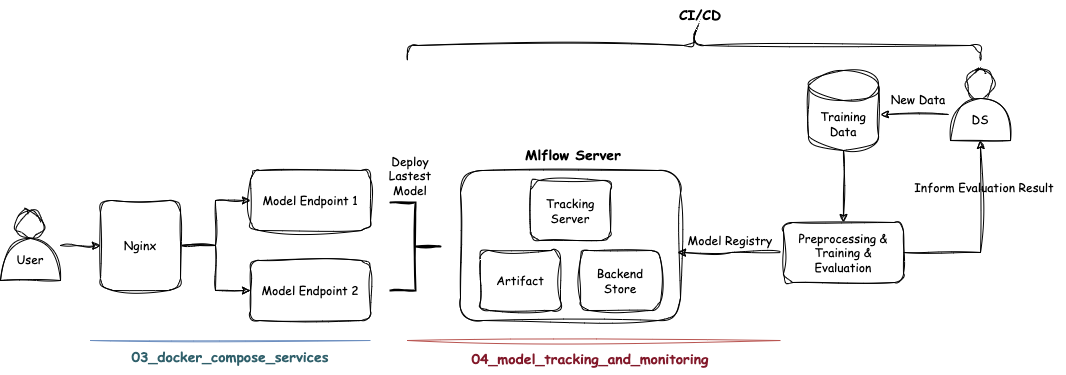
Before: docs/mlops-arch.png, a diagram exported from draw.io (kiangkiangkiang/Machine-Learning-Model-Serving). Source tidied: cells renumbered, new cells last; positions are measured from the earlier drawing's top-left corner, leaving out a move shared by most shapes. The source it was exported from:
```xml
<mxGraphModel>
  <root>
    <mxCell id="0" />
    <mxCell id="1" parent="0" />
    <mxCell id="2" style="rounded=1;whiteSpace=wrap;html=1;labelBackgroundColor=none;sketch=1;curveFitting=1;jiggle=2;fontFamily=Comic Sans MS;" parent="1" vertex="1">
      <mxGeometry x="460" y="170" width="220" height="150" as="geometry" />
    </mxCell>
    <mxCell id="3" style="edgeStyle=orthogonalEdgeStyle;rounded=0;jettySize=auto;html=1;fontFamily=Comic Sans MS;labelBackgroundColor=none;fontColor=default;sketch=1;curveFitting=1;jiggle=2;" parent="1" edge="1" source="4" target="7">
      <mxGeometry relative="1" as="geometry" />
    </mxCell>
    <mxCell id="4" value="&lt;font&gt;Training&lt;/font&gt;&lt;div&gt;&lt;font&gt;Data&lt;/font&gt;&lt;/div&gt;" style="shape=cylinder3;whiteSpace=wrap;html=1;boundedLbl=1;backgroundOutline=1;size=15;hachureGap=4;fontFamily=Comic Sans MS;labelBackgroundColor=none;sketch=1;curveFitting=1;jiggle=2;" parent="1" vertex="1">
      <mxGeometry x="808" y="70" width="70" height="80" as="geometry" />
    </mxCell>
    <mxCell id="5" style="edgeStyle=orthogonalEdgeStyle;rounded=0;jettySize=auto;html=1;labelBackgroundColor=none;fontColor=default;sketch=1;curveFitting=1;jiggle=2;fontFamily=Comic Sans MS;" parent="1" edge="1" source="7">
      <mxGeometry relative="1" as="geometry">
        <mxPoint x="677" y="252" as="targetPoint" />
      </mxGeometry>
    </mxCell>
    <mxCell id="6" style="edgeStyle=orthogonalEdgeStyle;rounded=0;jettySize=auto;html=1;exitX=1;exitY=0.5;exitDx=0;exitDy=0;entryX=0;entryY=0.5;entryDx=0;entryDy=0;entryPerimeter=0;labelBackgroundColor=none;fontColor=default;sketch=1;curveFitting=1;jiggle=2;fontFamily=Comic Sans MS;" parent="1" edge="1" source="7" target="29">
      <mxGeometry relative="1" as="geometry">
        <Array as="points">
          <mxPoint x="980" y="252" />
        </Array>
      </mxGeometry>
    </mxCell>
    <mxCell id="7" value="Preprocessing &amp;amp;&lt;div&gt;Training &amp;amp;&lt;/div&gt;&lt;div&gt;Evaluation&lt;/div&gt;" style="rounded=1;whiteSpace=wrap;html=1;hachureGap=4;fontFamily=Comic Sans MS;labelBackgroundColor=none;sketch=1;curveFitting=1;jiggle=2;" parent="1" vertex="1">
      <mxGeometry x="783" y="222" width="120" height="60" as="geometry" />
    </mxCell>
    <mxCell id="8" value="Tracking&lt;div&gt;Server&lt;/div&gt;" style="rounded=1;whiteSpace=wrap;html=1;labelBackgroundColor=none;sketch=1;curveFitting=1;jiggle=2;fontFamily=Comic Sans MS;" parent="1" vertex="1">
      <mxGeometry x="530" y="180" width="80" height="60" as="geometry" />
    </mxCell>
    <mxCell id="9" value="Artifact" style="rounded=1;whiteSpace=wrap;html=1;labelBackgroundColor=none;sketch=1;curveFitting=1;jiggle=2;fontFamily=Comic Sans MS;" parent="1" vertex="1">
      <mxGeometry x="480" y="250" width="80" height="60" as="geometry" />
    </mxCell>
    <mxCell id="10" value="Backend&lt;div&gt;Store&lt;/div&gt;" style="rounded=1;whiteSpace=wrap;html=1;labelBackgroundColor=none;sketch=1;curveFitting=1;jiggle=2;fontFamily=Comic Sans MS;" parent="1" vertex="1">
      <mxGeometry x="580" y="250" width="80" height="60" as="geometry" />
    </mxCell>
    <mxCell id="11" value="Mlflow Server" style="text;html=1;align=center;verticalAlign=middle;whiteSpace=wrap;rounded=0;fontStyle=1;fontSize=14;labelBackgroundColor=none;sketch=1;curveFitting=1;jiggle=2;fontFamily=Comic Sans MS;" parent="1" vertex="1">
      <mxGeometry x="523" y="140" width="100" height="30" as="geometry" />
    </mxCell>
    <mxCell id="12" value="Model Endpoint 1" style="rounded=1;whiteSpace=wrap;html=1;labelBackgroundColor=none;sketch=1;curveFitting=1;jiggle=2;fontFamily=Comic Sans MS;" parent="1" vertex="1">
      <mxGeometry x="250" y="170" width="120" height="60" as="geometry" />
    </mxCell>
    <mxCell id="13" value="Model Endpoint 2" style="rounded=1;whiteSpace=wrap;html=1;labelBackgroundColor=none;sketch=1;curveFitting=1;jiggle=2;fontFamily=Comic Sans MS;" parent="1" vertex="1">
      <mxGeometry x="250" y="260" width="120" height="60" as="geometry" />
    </mxCell>
    <mxCell id="14" style="edgeStyle=orthogonalEdgeStyle;rounded=0;jettySize=auto;html=1;entryX=0;entryY=0.5;entryDx=0;entryDy=0;labelBackgroundColor=none;fontColor=default;sketch=1;curveFitting=1;jiggle=2;fontFamily=Comic Sans MS;" parent="1" edge="1" source="16" target="12">
      <mxGeometry relative="1" as="geometry" />
    </mxCell>
    <mxCell id="15" style="edgeStyle=orthogonalEdgeStyle;rounded=0;jettySize=auto;html=1;entryX=0;entryY=0.5;entryDx=0;entryDy=0;labelBackgroundColor=none;fontColor=default;sketch=1;curveFitting=1;jiggle=2;fontFamily=Comic Sans MS;" parent="1" edge="1" source="16" target="13">
      <mxGeometry relative="1" as="geometry" />
    </mxCell>
    <mxCell id="16" value="Nginx" style="rounded=1;whiteSpace=wrap;html=1;labelBackgroundColor=none;sketch=1;curveFitting=1;jiggle=2;fontFamily=Comic Sans MS;" parent="1" vertex="1">
      <mxGeometry x="100" y="200" width="80" height="90" as="geometry" />
    </mxCell>
    <mxCell id="17" style="edgeStyle=orthogonalEdgeStyle;rounded=0;jettySize=auto;html=1;labelBackgroundColor=none;fontColor=default;sketch=1;curveFitting=1;jiggle=2;fontFamily=Comic Sans MS;" parent="1" edge="1" target="16">
      <mxGeometry relative="1" as="geometry">
        <mxPoint x="60" y="245" as="sourcePoint" />
      </mxGeometry>
    </mxCell>
    <mxCell id="18" style="strokeWidth=2;html=1;shape=mxgraph.flowchart.annotation_2;align=left;labelPosition=right;flipH=1;labelBackgroundColor=none;sketch=1;curveFitting=1;jiggle=2;fontFamily=Comic Sans MS;" parent="1" vertex="1">
      <mxGeometry x="390" y="202" width="50" height="88" as="geometry" />
    </mxCell>
    <mxCell id="19" value="&lt;div&gt;Deploy&lt;/div&gt;&lt;div&gt;Lastest&lt;/div&gt;&lt;div&gt;Model&lt;/div&gt;" style="text;html=1;align=center;verticalAlign=middle;whiteSpace=wrap;rounded=0;labelBackgroundColor=none;sketch=1;curveFitting=1;jiggle=2;fontFamily=Comic Sans MS;" parent="1" vertex="1">
      <mxGeometry x="380" y="160" width="60" height="30" as="geometry" />
    </mxCell>
    <mxCell id="20" style="shape=curlyBracket;whiteSpace=wrap;html=1;rounded=1;flipH=1;labelPosition=right;verticalLabelPosition=middle;align=left;verticalAlign=middle;flipV=1;direction=north;labelBackgroundColor=none;sketch=1;curveFitting=1;jiggle=2;fontFamily=Comic Sans MS;" parent="1" vertex="1">
      <mxGeometry x="407" y="30" width="573" height="30" as="geometry" />
    </mxCell>
    <mxCell id="21" value="CI/CD" style="text;html=1;align=center;verticalAlign=middle;whiteSpace=wrap;rounded=0;fontStyle=1;fontSize=14;labelBackgroundColor=none;sketch=1;curveFitting=1;jiggle=2;fontFamily=Comic Sans MS;" parent="1" vertex="1">
      <mxGeometry x="650" width="100" height="30" as="geometry" />
    </mxCell>
    <mxCell id="22" value="&lt;div&gt;Model Registry&lt;/div&gt;" style="text;html=1;align=center;verticalAlign=middle;whiteSpace=wrap;rounded=0;labelBackgroundColor=none;sketch=1;curveFitting=1;jiggle=2;fontFamily=Comic Sans MS;" parent="1" vertex="1">
      <mxGeometry x="685" y="225" width="90" height="30" as="geometry" />
    </mxCell>
    <mxCell id="23" value="New&amp;nbsp;&lt;span style=&quot;background-color: initial;&quot;&gt;Data&lt;/span&gt;" style="text;html=1;align=center;verticalAlign=middle;whiteSpace=wrap;rounded=0;labelBackgroundColor=none;sketch=1;curveFitting=1;jiggle=2;fontFamily=Comic Sans MS;" parent="1" vertex="1">
      <mxGeometry x="888" y="84" width="60" height="30" as="geometry" />
    </mxCell>
    <mxCell id="24" style="group;labelBackgroundColor=none;sketch=1;curveFitting=1;jiggle=2;fontFamily=Comic Sans MS;" parent="1" vertex="1">
      <mxGeometry y="210" width="60" height="70" as="geometry" />
    </mxCell>
    <mxCell id="25" style="ellipse;whiteSpace=wrap;html=1;labelBackgroundColor=none;sketch=1;curveFitting=1;jiggle=2;fontFamily=Comic Sans MS;" parent="24" vertex="1">
      <mxGeometry x="15" width="28" height="28" as="geometry" />
    </mxCell>
    <mxCell id="26" value="User" style="shape=or;whiteSpace=wrap;html=1;direction=north;labelBackgroundColor=none;sketch=1;curveFitting=1;jiggle=2;fontFamily=Comic Sans MS;" parent="24" vertex="1">
      <mxGeometry y="28" width="60" height="42" as="geometry" />
    </mxCell>
    <mxCell id="27" style="group;labelBackgroundColor=none;sketch=1;curveFitting=1;jiggle=2;fontFamily=Comic Sans MS;" parent="1" vertex="1">
      <mxGeometry x="950" y="70" width="60" height="70" as="geometry" />
    </mxCell>
    <mxCell id="28" style="ellipse;whiteSpace=wrap;html=1;labelBackgroundColor=none;sketch=1;curveFitting=1;jiggle=2;fontFamily=Comic Sans MS;" parent="27" vertex="1">
      <mxGeometry x="15" width="28" height="28" as="geometry" />
    </mxCell>
    <mxCell id="29" value="DS" style="shape=or;whiteSpace=wrap;html=1;direction=north;labelBackgroundColor=none;sketch=1;curveFitting=1;jiggle=2;fontFamily=Comic Sans MS;" parent="27" vertex="1">
      <mxGeometry y="28" width="60" height="42" as="geometry" />
    </mxCell>
    <mxCell id="30" style="endArrow=classic;html=1;rounded=0;exitX=1;exitY=1;exitDx=0;exitDy=0;labelBackgroundColor=none;fontColor=default;sketch=1;curveFitting=1;jiggle=2;fontFamily=Comic Sans MS;" parent="1" edge="1" source="23">
      <mxGeometry relative="1" as="geometry">
        <mxPoint x="880" y="114" as="targetPoint" />
      </mxGeometry>
    </mxCell>
    <mxCell id="31" value="Inform Evaluation Result" style="text;html=1;align=center;verticalAlign=middle;whiteSpace=wrap;rounded=0;labelBackgroundColor=none;sketch=1;curveFitting=1;jiggle=2;fontFamily=Comic Sans MS;" parent="1" vertex="1">
      <mxGeometry x="903" y="172" width="162" height="30" as="geometry" />
    </mxCell>
    <mxCell id="32" style="endArrow=none;html=1;rounded=0;sketch=1;hachureGap=4;jiggle=2;curveFitting=1;fontFamily=Architects Daughter;fontSource=https%3A%2F%2Ffonts.googleapis.com%2Fcss%3Ffamily%3DArchitects%2BDaughter;fillColor=#f8cecc;strokeColor=#b85450;" parent="1" edge="1">
      <mxGeometry relative="1" as="geometry">
        <mxPoint x="407" y="340" as="sourcePoint" />
        <mxPoint x="780" y="340" as="targetPoint" />
      </mxGeometry>
    </mxCell>
    <mxCell id="33" style="endArrow=none;html=1;rounded=0;sketch=1;hachureGap=4;jiggle=2;curveFitting=1;fontFamily=Architects Daughter;fontSource=https%3A%2F%2Ffonts.googleapis.com%2Fcss%3Ffamily%3DArchitects%2BDaughter;fillColor=#dae8fc;strokeColor=#6c8ebf;" parent="1" edge="1">
      <mxGeometry relative="1" as="geometry">
        <mxPoint x="90" y="340" as="sourcePoint" />
        <mxPoint x="370" y="340" as="targetPoint" />
      </mxGeometry>
    </mxCell>
    <mxCell id="34" value="04_model_tracking_and_monitoring" style="text;html=1;align=center;verticalAlign=middle;whiteSpace=wrap;rounded=0;fontStyle=1;fontSize=14;labelBackgroundColor=none;sketch=1;curveFitting=1;jiggle=2;fontFamily=Comic Sans MS;fontColor=#82192A;" parent="1" vertex="1">
      <mxGeometry x="540" y="344" width="100" height="30" as="geometry" />
    </mxCell>
    <mxCell id="35" value="03_docker_compose_services" style="text;html=1;align=center;verticalAlign=middle;whiteSpace=wrap;rounded=0;fontStyle=1;fontSize=14;labelBackgroundColor=none;sketch=1;curveFitting=1;jiggle=2;fontFamily=Comic Sans MS;fontColor=#30606B;" parent="1" vertex="1">
      <mxGeometry x="180" y="342" width="100" height="30" as="geometry" />
    </mxCell>
  </root>
</mxGraphModel>
```
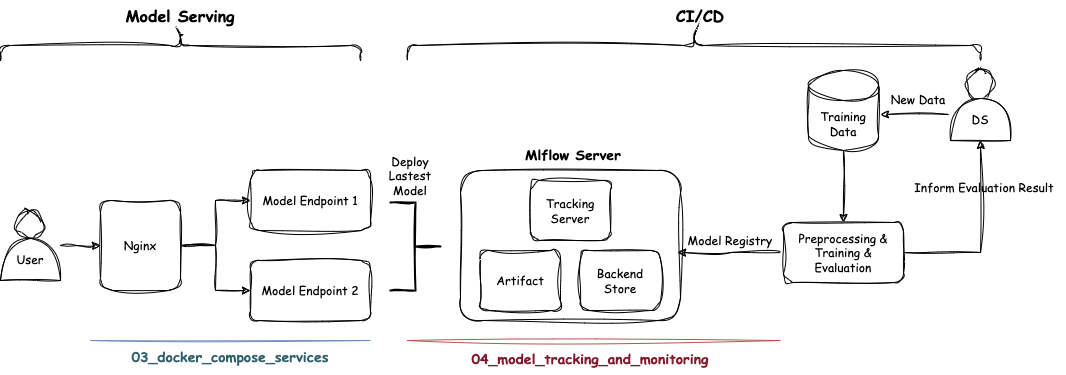
The same diagram one commit later.

Commit message:
add mlops arch

Change to the diagram source:
```diff
@@ -67,7 +67,7 @@
     <mxCell id="20" style="shape=curlyBracket;whiteSpace=wrap;html=1;rounded=1;flipH=1;labelPosition=right;verticalLabelPosition=middle;align=left;verticalAlign=middle;flipV=1;direction=north;labelBackgroundColor=none;sketch=1;curveFitting=1;jiggle=2;fontFamily=Comic Sans MS;" parent="1" vertex="1">
       <mxGeometry x="407" y="30" width="573" height="30" as="geometry" />
     </mxCell>
-    <mxCell id="21" value="CI/CD" style="text;html=1;align=center;verticalAlign=middle;whiteSpace=wrap;rounded=0;fontStyle=1;fontSize=14;labelBackgroundColor=none;sketch=1;curveFitting=1;jiggle=2;fontFamily=Comic Sans MS;" parent="1" vertex="1">
+    <mxCell id="21" value="CI/CD" style="text;html=1;align=center;verticalAlign=middle;whiteSpace=wrap;rounded=0;fontStyle=1;fontSize=16;labelBackgroundColor=none;sketch=1;curveFitting=1;jiggle=2;fontFamily=Comic Sans MS;" parent="1" vertex="1">
       <mxGeometry x="650" width="100" height="30" as="geometry" />
     </mxCell>
     <mxCell id="22" value="&lt;div&gt;Model Registry&lt;/div&gt;" style="text;html=1;align=center;verticalAlign=middle;whiteSpace=wrap;rounded=0;labelBackgroundColor=none;sketch=1;curveFitting=1;jiggle=2;fontFamily=Comic Sans MS;" parent="1" vertex="1">
@@ -120,5 +120,11 @@
     <mxCell id="35" value="03_docker_compose_services" style="text;html=1;align=center;verticalAlign=middle;whiteSpace=wrap;rounded=0;fontStyle=1;fontSize=14;labelBackgroundColor=none;sketch=1;curveFitting=1;jiggle=2;fontFamily=Comic Sans MS;fontColor=#30606B;" parent="1" vertex="1">
       <mxGeometry x="180" y="342" width="100" height="30" as="geometry" />
     </mxCell>
+    <mxCell id="36" style="shape=curlyBracket;whiteSpace=wrap;html=1;rounded=1;flipH=1;labelPosition=right;verticalLabelPosition=middle;align=left;verticalAlign=middle;flipV=1;direction=north;labelBackgroundColor=none;sketch=1;curveFitting=1;jiggle=2;fontFamily=Comic Sans MS;" parent="1" vertex="1">
+      <mxGeometry y="30" width="360" height="30" as="geometry" />
+    </mxCell>
+    <mxCell id="37" value="Model Serving" style="text;html=1;align=center;verticalAlign=middle;whiteSpace=wrap;rounded=0;fontStyle=1;fontSize=16;labelBackgroundColor=none;sketch=1;curveFitting=1;jiggle=2;fontFamily=Comic Sans MS;" parent="1" vertex="1">
+      <mxGeometry x="120" width="120" height="30" as="geometry" />
+    </mxCell>
   </root>
 </mxGraphModel>
```
